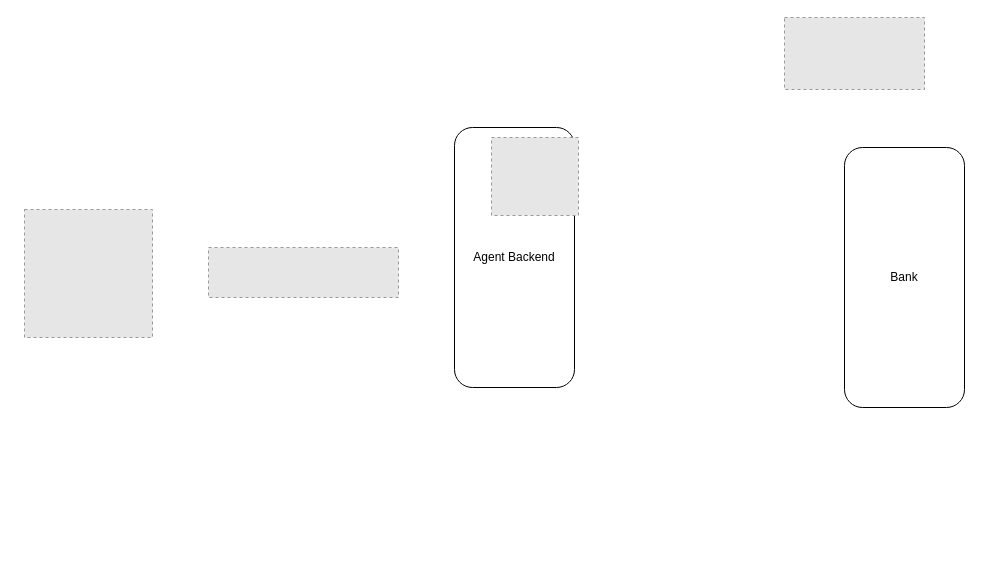
This is Untitled Diagram.drawio from jlengrand/google-send-money-talk, a draw.io file, before an edit. Source tidied: cells renumbered, new cells numbered last; positions are measured from the earlier drawing's top-left corner, leaving out a move shared by most shapes. Both pictures are drawn from the tidied source at 100%, with x=0, y=0 at pixel (24, 17). Pictures stored in the file or linked from it are replaced by grey dashed boxes.
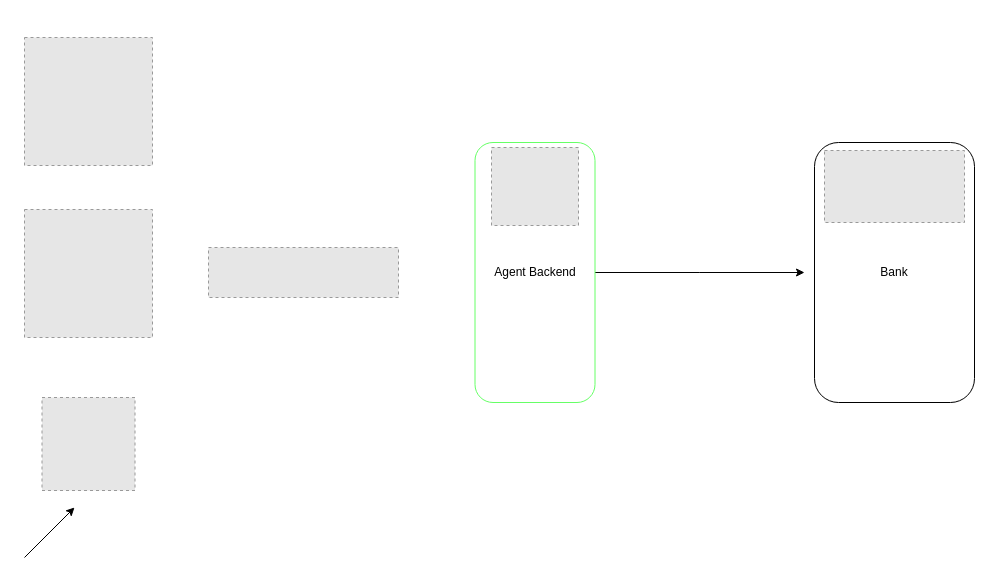
Above is the later version.

Change to the diagram source:
```diff
@@
 <mxGraphModel>
   <root>
     <mxCell id="0" />
     <mxCell id="1" parent="0" />
     <mxCell id="2" value="Bank" style="rounded=1;whiteSpace=wrap;html=1;" parent="1" vertex="1">
-      <mxGeometry x="820" y="130" width="120" height="260" as="geometry" />
+      <mxGeometry x="790" y="125" width="160" height="260" as="geometry" />
     </mxCell>
+    <mxCell id="8" style="edgeStyle=orthogonalEdgeStyle;rounded=0;jettySize=auto;html=1;" parent="1" edge="1" source="3">
+      <mxGeometry relative="1" as="geometry">
+        <mxPoint x="780" y="255" as="targetPoint" />
+      </mxGeometry>
+    </mxCell>
-    <mxCell id="3" value="Agent Backend" style="rounded=1;whiteSpace=wrap;html=1;" parent="1" vertex="1">
-      <mxGeometry x="430" y="110" width="120" height="260" as="geometry" />
+    <mxCell id="3" value="Agent Backend" style="rounded=1;whiteSpace=wrap;html=1;strokeColor=#66FF66;" parent="1" vertex="1">
+      <mxGeometry x="450.5" y="125" width="120" height="260" as="geometry" />
     </mxCell>
     <mxCell id="4" style="fillColor=#E6E6E6;strokeColor=#999999;dashed=1;html=1;verticalAlign=top;verticalLabelPosition=bottom;labelBackgroundColor=#ffffff;" parent="1" vertex="1">
       <mxGeometry y="192" width="128" height="128" as="geometry" />
     </mxCell>
     <mxCell id="5" style="fillColor=#E6E6E6;strokeColor=#999999;dashed=1;verticalLabelPosition=bottom;labelBackgroundColor=#ffffff;verticalAlign=top;" parent="1" vertex="1">
       <mxGeometry x="184" y="230" width="190" height="50" as="geometry" />
     </mxCell>
     <mxCell id="6" style="fillColor=#E6E6E6;strokeColor=#999999;dashed=1;verticalLabelPosition=bottom;labelBackgroundColor=#ffffff;verticalAlign=top;" parent="1" vertex="1">
-      <mxGeometry x="760" width="140" height="72" as="geometry" />
+      <mxGeometry x="800" y="133" width="140" height="72" as="geometry" />
     </mxCell>
     <mxCell id="7" style="fillColor=#E6E6E6;strokeColor=#999999;dashed=1;verticalLabelPosition=bottom;labelBackgroundColor=#ffffff;verticalAlign=top;" parent="1" vertex="1">
-      <mxGeometry x="467" y="120" width="87" height="78" as="geometry" />
+      <mxGeometry x="467" y="130" width="87" height="78" as="geometry" />
     </mxCell>
+    <mxCell id="9" style="fillColor=#E6E6E6;strokeColor=#999999;dashed=1;html=1;verticalAlign=top;verticalLabelPosition=bottom;labelBackgroundColor=#ffffff;" parent="1" vertex="1">
+      <mxGeometry x="17.5" y="380" width="93" height="93" as="geometry" />
+    </mxCell>
+    <mxCell id="10" style="fillColor=#E6E6E6;strokeColor=#999999;dashed=1;html=1;verticalAlign=top;verticalLabelPosition=bottom;labelBackgroundColor=#ffffff;" parent="1" vertex="1">
+      <mxGeometry y="20" width="128" height="128" as="geometry" />
+    </mxCell>
+    <mxCell id="11" style="endArrow=classic;html=1;" parent="1" edge="1">
+      <mxGeometry relative="1" as="geometry">
+        <mxPoint y="540" as="sourcePoint" />
+        <mxPoint x="50" y="490" as="targetPoint" />
+      </mxGeometry>
+    </mxCell>
   </root>
 </mxGraphModel>
```
